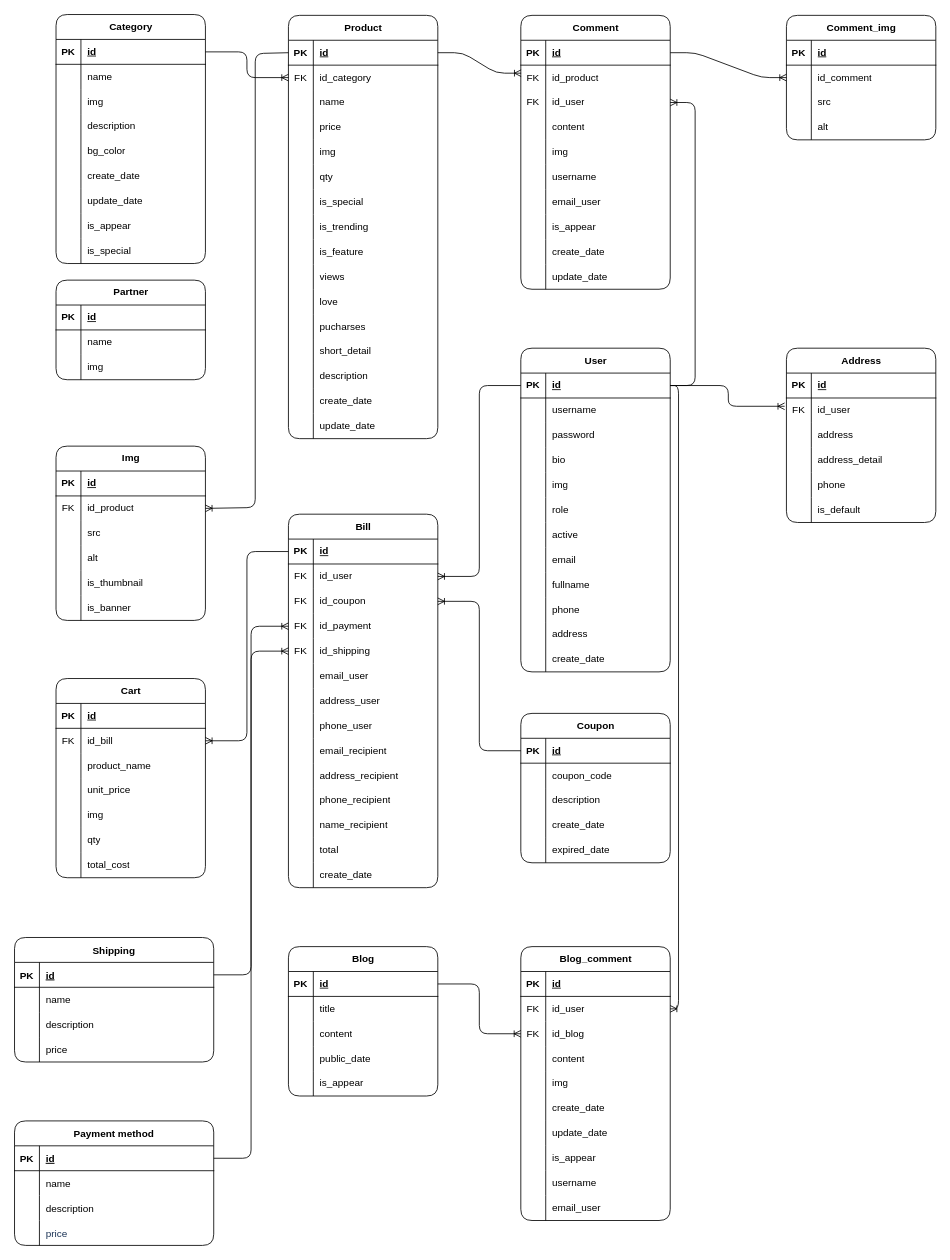
The draw.io diagram page "ERD_Level-2" (1 of 3) of .vscode/LEGOUS_DIAGRAM.drawio in thanh8724/Legous, before the edit. Source tidied: cells renumbered, new cells numbered last; positions are measured from the earlier drawing's top-left corner, leaving out a move shared by most shapes. Both pictures are drawn from the tidied source at 83%, with x=0, y=0 at pixel (14, 14).
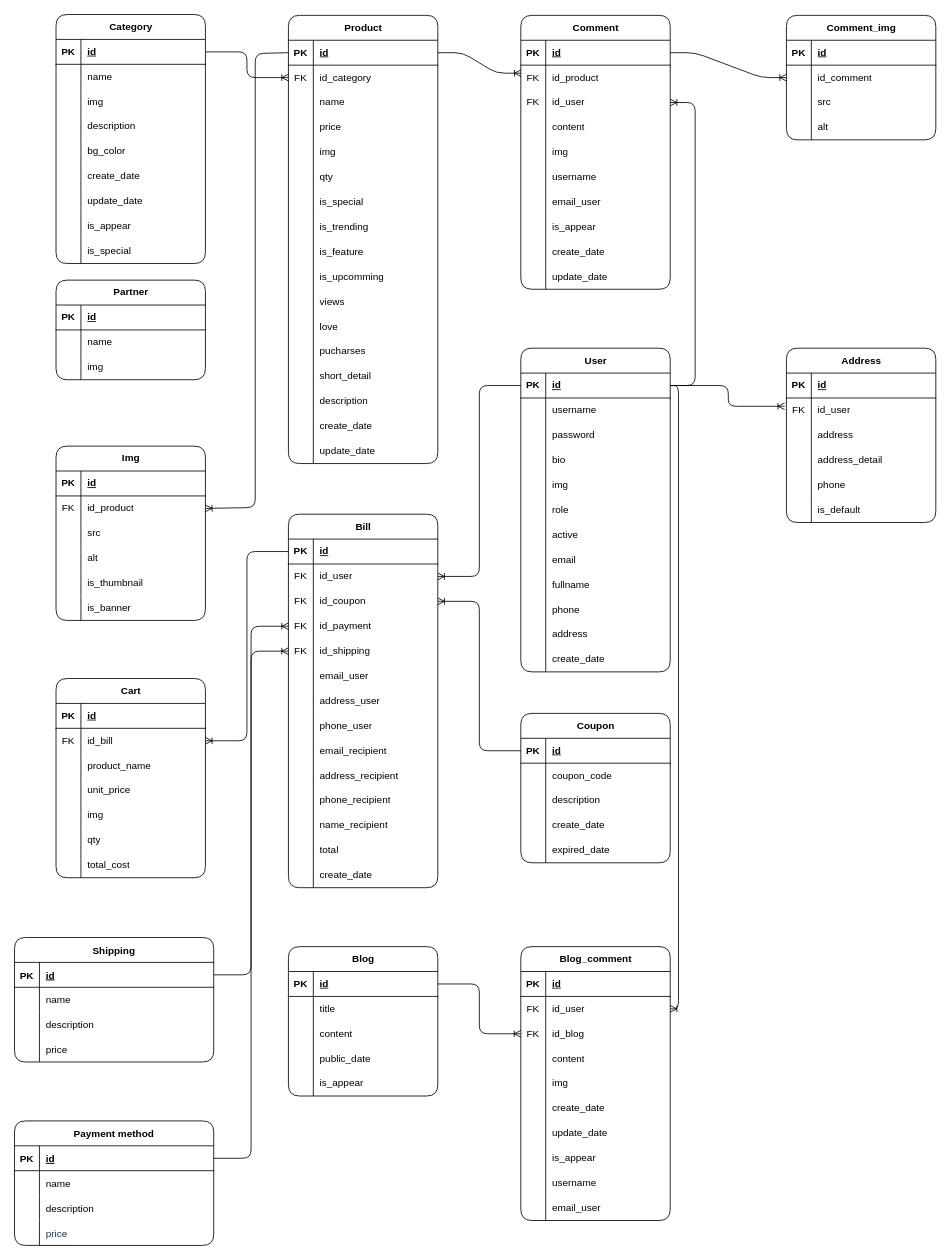
Above is the later version.

Diff of the diagram source:
```diff
@@
     <mxCell id="2" value="&lt;div&gt;Product&lt;br&gt;&lt;/div&gt;" style="shape=table;startSize=30;childLayout=tableLayout;rowLines=0;fontStyle=1;align=center;html=1;labelBackgroundColor=none;rounded=1;" parent="1" vertex="1">
-      <mxGeometry x="330" y="1" width="180" height="510" as="geometry" />
+      <mxGeometry x="330" y="1" width="180" height="540" as="geometry" />
     </mxCell>
@@
+    <mxCell id="375" style="shape=tableRow;horizontal=0;startSize=0;swimlaneHead=0;swimlaneBody=0;fillColor=none;top=0;left=0;right=0;bottom=0;labelBackgroundColor=none;rounded=1;" parent="2" vertex="1">
+      <mxGeometry y="300" width="180" height="30" as="geometry" />
+    </mxCell>
+    <mxCell id="376" style="shape=partialRectangle;fillColor=none;top=0;left=0;bottom=0;right=0;overflow=hidden;whiteSpace=wrap;html=1;labelBackgroundColor=none;rounded=1;" parent="375" vertex="1">
+      <mxGeometry width="30" height="30" as="geometry" />
+    </mxCell>
+    <mxCell id="377" value="&lt;div&gt;is_upcomming&lt;/div&gt;" style="shape=partialRectangle;fillColor=none;top=0;left=0;bottom=0;right=0;align=left;spacingLeft=6;overflow=hidden;whiteSpace=wrap;html=1;labelBackgroundColor=none;rounded=1;" parent="375" vertex="1">
+      <mxGeometry x="30" width="150" height="30" as="geometry" />
+    </mxCell>
     <mxCell id="30" style="shape=tableRow;horizontal=0;startSize=0;swimlaneHead=0;swimlaneBody=0;fillColor=none;top=0;left=0;right=0;bottom=0;labelBackgroundColor=none;rounded=1;" parent="2" vertex="1">
-      <mxGeometry y="300" width="180" height="30" as="geometry" />
+      <mxGeometry y="330" width="180" height="30" as="geometry" />
     </mxCell>
@@
     <mxCell id="33" style="shape=tableRow;horizontal=0;startSize=0;swimlaneHead=0;swimlaneBody=0;fillColor=none;top=0;left=0;right=0;bottom=0;labelBackgroundColor=none;rounded=1;" parent="2" vertex="1">
-      <mxGeometry y="330" width="180" height="30" as="geometry" />
+      <mxGeometry y="360" width="180" height="30" as="geometry" />
     </mxCell>
@@
     <mxCell id="36" style="shape=tableRow;horizontal=0;startSize=0;swimlaneHead=0;swimlaneBody=0;fillColor=none;top=0;left=0;right=0;bottom=0;labelBackgroundColor=none;rounded=1;" parent="2" vertex="1">
-      <mxGeometry y="360" width="180" height="30" as="geometry" />
+      <mxGeometry y="390" width="180" height="30" as="geometry" />
     </mxCell>
@@
     <mxCell id="39" style="shape=tableRow;horizontal=0;startSize=0;swimlaneHead=0;swimlaneBody=0;fillColor=none;top=0;left=0;right=0;bottom=0;labelBackgroundColor=none;rounded=1;" parent="2" vertex="1">
-      <mxGeometry y="390" width="180" height="30" as="geometry" />
+      <mxGeometry y="420" width="180" height="30" as="geometry" />
     </mxCell>
@@
     <mxCell id="42" style="shape=tableRow;horizontal=0;startSize=0;swimlaneHead=0;swimlaneBody=0;fillColor=none;top=0;left=0;right=0;bottom=0;labelBackgroundColor=none;rounded=1;" parent="2" vertex="1">
-      <mxGeometry y="420" width="180" height="30" as="geometry" />
+      <mxGeometry y="450" width="180" height="30" as="geometry" />
     </mxCell>
@@
     <mxCell id="45" style="shape=tableRow;horizontal=0;startSize=0;swimlaneHead=0;swimlaneBody=0;fillColor=none;top=0;left=0;right=0;bottom=0;labelBackgroundColor=none;rounded=1;" parent="2" vertex="1">
-      <mxGeometry y="450" width="180" height="30" as="geometry" />
+      <mxGeometry y="480" width="180" height="30" as="geometry" />
     </mxCell>
@@
     <mxCell id="48" style="shape=tableRow;horizontal=0;startSize=0;swimlaneHead=0;swimlaneBody=0;fillColor=none;top=0;left=0;right=0;bottom=0;labelBackgroundColor=none;rounded=1;" parent="2" vertex="1">
-      <mxGeometry y="480" width="180" height="30" as="geometry" />
+      <mxGeometry y="510" width="180" height="30" as="geometry" />
     </mxCell>
```
